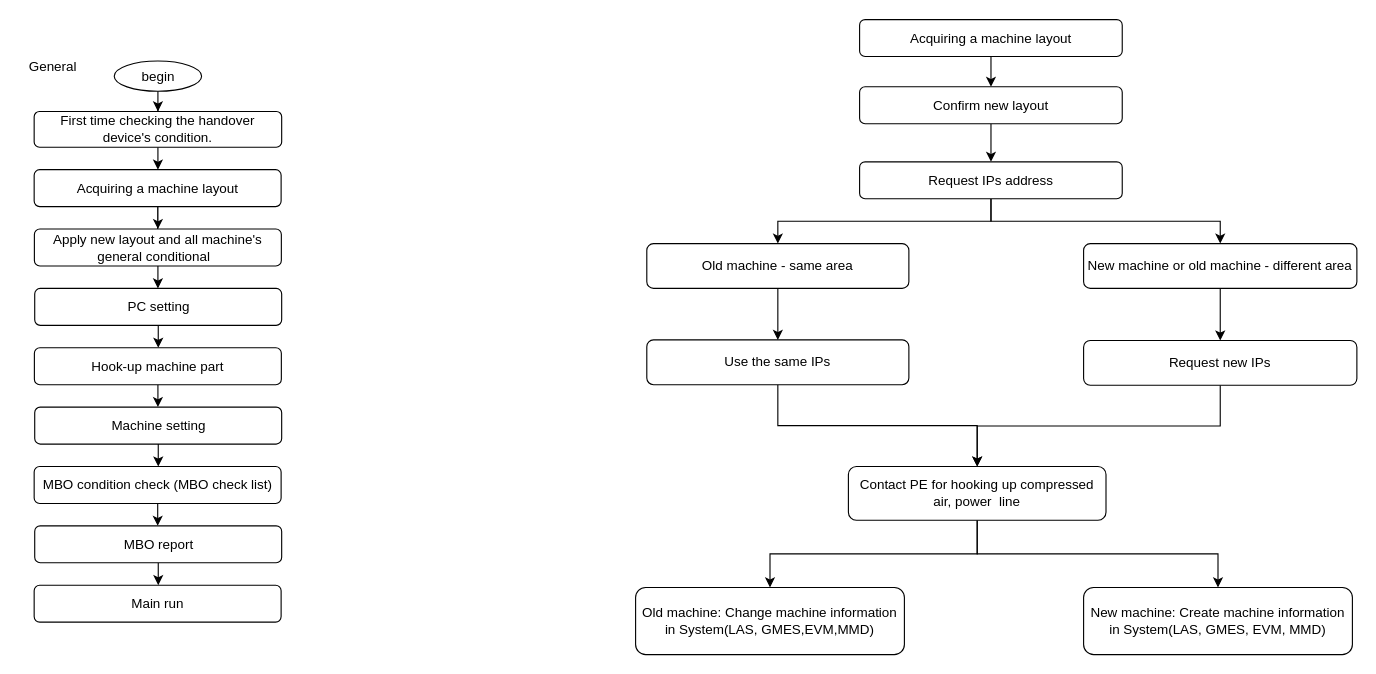
Earlier version of the draw.io diagram Untitled Diagram.drawio (Wagdom/demo-git). Source tidied: cells renumbered, new cells numbered last; positions are measured from the earlier drawing's top-left corner, leaving out a move shared by most shapes. Both pictures are drawn from the tidied source at 112%, with x=0, y=0 at pixel (19, 19).
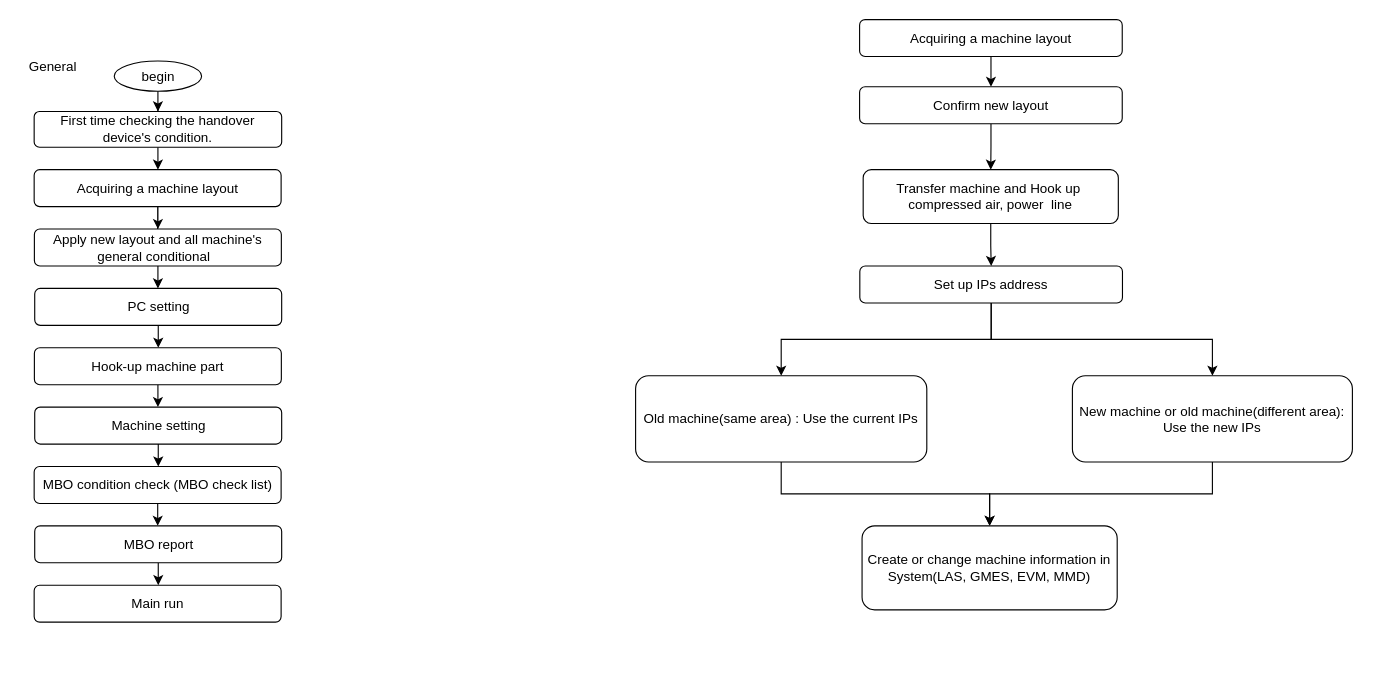
The same page after the edit.

The change refers to these unchanged cells:
```xml
<mxCell id="25" value="Confirm new layout" style="rounded=1;whiteSpace=wrap;html=1;" parent="1" vertex="1">
  <mxGeometry x="750" y="60" width="234.5" height="33" as="geometry" />
</mxCell>
```

Diff of the diagram source:
```diff
@@
-    <mxCell id="24" style="edgeStyle=orthogonalEdgeStyle;rounded=0;jettySize=auto;html=1;" parent="1" edge="1" source="25" target="28">
-      <mxGeometry relative="1" as="geometry" />
-    </mxCell>
+    <mxCell id="42" style="edgeStyle=orthogonalEdgeStyle;rounded=0;jettySize=auto;html=1;" parent="1" edge="1" source="25" target="39">
+      <mxGeometry relative="1" as="geometry" />
+    </mxCell>
@@
-    <mxCell id="27" style="edgeStyle=orthogonalEdgeStyle;rounded=0;jettySize=auto;html=1;" parent="1" edge="1" source="28" target="32">
+    <mxCell id="27" style="edgeStyle=orthogonalEdgeStyle;rounded=0;jettySize=auto;html=1;entryX=0.5;entryY=0;entryDx=0;entryDy=0;" parent="1" edge="1" source="28" target="32">
       <mxGeometry relative="1" as="geometry" />
     </mxCell>
-    <mxCell id="28" value="Request IPs address" style="rounded=1;whiteSpace=wrap;html=1;" parent="1" vertex="1">
-      <mxGeometry x="750" y="127" width="234.5" height="33" as="geometry" />
+    <mxCell id="28" value="Set up IPs address" style="rounded=1;whiteSpace=wrap;html=1;" parent="1" vertex="1">
+      <mxGeometry x="750.2" y="220" width="234.5" height="33" as="geometry" />
     </mxCell>
-    <mxCell id="29" style="edgeStyle=orthogonalEdgeStyle;rounded=0;jettySize=auto;html=1;entryX=0.5;entryY=0;entryDx=0;entryDy=0;" parent="1" edge="1" source="30" target="34">
-      <mxGeometry relative="1" as="geometry" />
-    </mxCell>
+    <mxCell id="43" style="edgeStyle=orthogonalEdgeStyle;rounded=0;jettySize=auto;html=1;entryX=0.5;entryY=0;entryDx=0;entryDy=0;" parent="1" edge="1" source="30" target="41">
+      <mxGeometry relative="1" as="geometry" />
+    </mxCell>
-    <mxCell id="30" value="Old machine - same area" style="rounded=1;whiteSpace=wrap;html=1;" parent="1" vertex="1">
-      <mxGeometry x="560" y="200" width="234" height="40" as="geometry" />
+    <mxCell id="30" value="Old machine(same area) : Use the current IPs" style="rounded=1;whiteSpace=wrap;html=1;" parent="1" vertex="1">
+      <mxGeometry x="550" y="318" width="260" height="77" as="geometry" />
     </mxCell>
-    <mxCell id="31" style="edgeStyle=orthogonalEdgeStyle;rounded=0;jettySize=auto;html=1;entryX=0.5;entryY=0;entryDx=0;entryDy=0;" parent="1" edge="1" source="32" target="36">
-      <mxGeometry relative="1" as="geometry" />
-    </mxCell>
+    <mxCell id="44" style="edgeStyle=orthogonalEdgeStyle;rounded=0;jettySize=auto;html=1;" parent="1" edge="1" source="32" target="41">
+      <mxGeometry relative="1" as="geometry" />
+    </mxCell>
-    <mxCell id="32" value="New machine or old machine - different area" style="rounded=1;whiteSpace=wrap;html=1;" parent="1" vertex="1">
-      <mxGeometry x="950" y="200" width="244" height="40" as="geometry" />
+    <mxCell id="32" value="New machine or old machine(different area):&lt;br&gt;Use the new IPs" style="rounded=1;whiteSpace=wrap;html=1;" parent="1" vertex="1">
+      <mxGeometry x="940" y="318" width="250" height="77" as="geometry" />
     </mxCell>
-    <mxCell id="33" style="edgeStyle=orthogonalEdgeStyle;rounded=0;jettySize=auto;html=1;" parent="1" edge="1" source="34" target="39">
-      <mxGeometry relative="1" as="geometry" />
-    </mxCell>
-    <mxCell id="34" value="Use the same IPs" style="rounded=1;whiteSpace=wrap;html=1;" parent="1" vertex="1">
-      <mxGeometry x="560" y="286" width="234" height="40" as="geometry" />
-    </mxCell>
-    <mxCell id="35" style="edgeStyle=orthogonalEdgeStyle;rounded=0;jettySize=auto;html=1;entryX=0.5;entryY=0;entryDx=0;entryDy=0;" parent="1" edge="1" source="36" target="39">
-      <mxGeometry relative="1" as="geometry" />
-    </mxCell>
-    <mxCell id="36" value="Request new IPs" style="rounded=1;whiteSpace=wrap;html=1;" parent="1" vertex="1">
-      <mxGeometry x="950" y="286.5" width="244" height="40" as="geometry" />
-    </mxCell>
-    <mxCell id="37" style="edgeStyle=orthogonalEdgeStyle;rounded=0;jettySize=auto;html=1;entryX=0.5;entryY=0;entryDx=0;entryDy=0;" parent="1" edge="1" source="39" target="41">
-      <mxGeometry relative="1" as="geometry" />
-    </mxCell>
-    <mxCell id="38" style="edgeStyle=orthogonalEdgeStyle;rounded=0;jettySize=auto;html=1;" parent="1" edge="1" source="39" target="40">
-      <mxGeometry relative="1" as="geometry" />
-    </mxCell>
+    <mxCell id="45" style="edgeStyle=orthogonalEdgeStyle;rounded=0;jettySize=auto;html=1;" parent="1" edge="1" source="39" target="28">
+      <mxGeometry relative="1" as="geometry" />
+    </mxCell>
-    <mxCell id="39" value="Contact PE for hooking up&amp;nbsp;compressed air, power&amp;nbsp; line" style="rounded=1;whiteSpace=wrap;html=1;" parent="1" vertex="1">
-      <mxGeometry x="740" y="399" width="230" height="48" as="geometry" />
+    <mxCell id="39" value="Transfer machine and Hook up&amp;nbsp; compressed air, power&amp;nbsp; line" style="rounded=1;whiteSpace=wrap;html=1;" parent="1" vertex="1">
+      <mxGeometry x="753.2" y="134" width="227.8" height="48" as="geometry" />
     </mxCell>
-    <mxCell id="40" value="Old machine: Change machine information in System(LAS, GMES,EVM,MMD)" style="rounded=1;whiteSpace=wrap;html=1;" parent="1" vertex="1">
-      <mxGeometry x="550" y="507" width="240" height="60" as="geometry" />
-    </mxCell>
-    <mxCell id="41" value="New machine: Create machine information in System(LAS, GMES, EVM, MMD)" style="rounded=1;whiteSpace=wrap;html=1;" parent="1" vertex="1">
-      <mxGeometry x="950" y="507" width="240" height="60" as="geometry" />
+    <mxCell id="41" value="Create or change machine information in System(LAS, GMES, EVM, MMD)" style="rounded=1;whiteSpace=wrap;html=1;" parent="1" vertex="1">
+      <mxGeometry x="752.2" y="452" width="227.8" height="75" as="geometry" />
     </mxCell>
```
